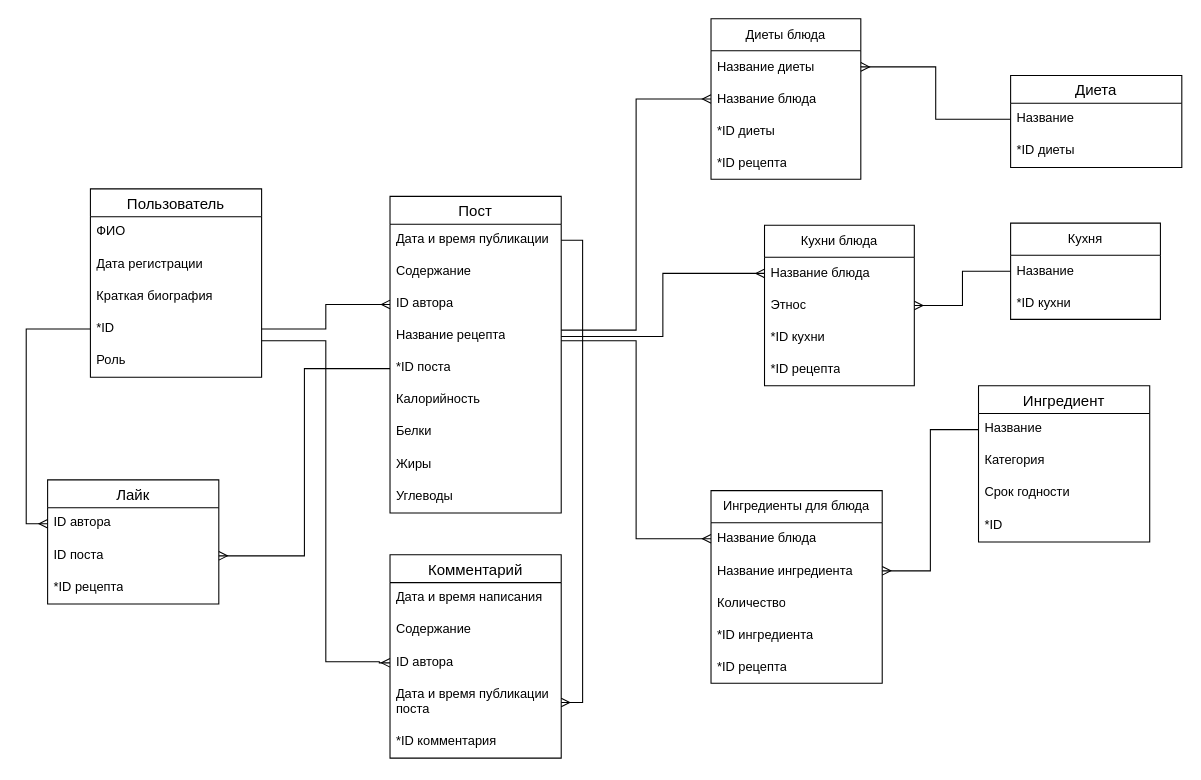
This is database.drawio from shuntarochishiya/Chef-Blog, a draw.io file, before an edit. Source tidied: cells renumbered, new cells numbered last; positions are measured from the earlier drawing's top-left corner, leaving out a move shared by most shapes. Both pictures are drawn from the tidied source at 107%, with x=0, y=0 at pixel (26, 18).
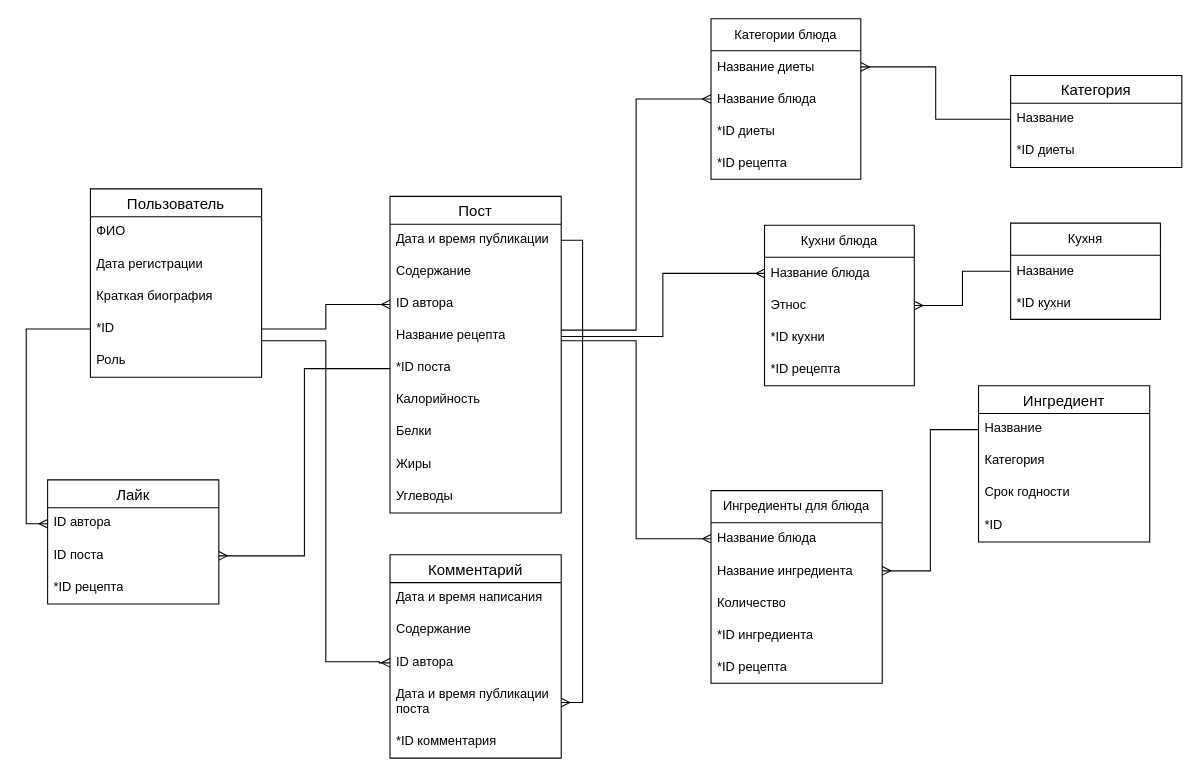
After the change.

The edit, as a diff of the source:
```diff
@@
-    <mxCell id="28" value="Диета" style="swimlane;fontStyle=0;horizontal=1;startSize=26;align=center;fontSize=14;" parent="1" vertex="1">
+    <mxCell id="28" value="Категория" style="swimlane;fontStyle=0;horizontal=1;startSize=26;align=center;fontSize=14;" parent="1" vertex="1">
       <mxGeometry x="920" y="53" width="160" height="86" as="geometry" />
     </mxCell>
@@
-    <mxCell id="43" value="Диеты блюда" style="swimlane;fontStyle=0;horizontal=1;startSize=30;whiteSpace=wrap;html=1;" parent="1" vertex="1">
+    <mxCell id="43" value="Категории блюда" style="swimlane;fontStyle=0;horizontal=1;startSize=30;whiteSpace=wrap;html=1;" parent="1" vertex="1">
       <mxGeometry x="640" width="140" height="150" as="geometry" />
     </mxCell>
```
